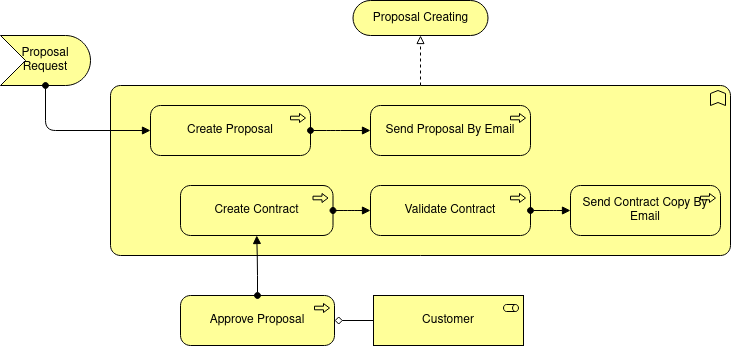
Before: resource/images/ProposalCreating.png, a diagram exported from draw.io (renatogontijo/ServiceSales). Source tidied: cells renumbered, new cells last; positions are measured from the earlier drawing's top-left corner, leaving out a move shared by most shapes.
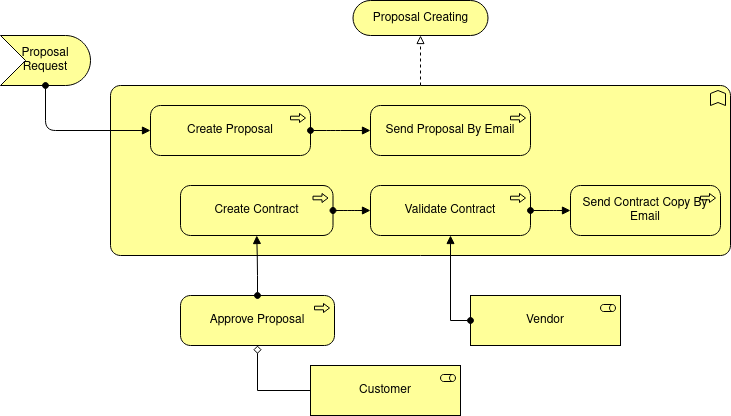
After the commit.

Commit message:
ProposalCreating diagram corrections

Diff of the diagram source:
```diff
@@ -62,7 +62,13 @@
       <mxGeometry x="570" y="185" width="150" height="50" as="geometry" />
     </mxCell>
     <mxCell id="18" value="Customer" style="html=1;outlineConnect=0;whiteSpace=wrap;fillColor=#ffff99;shape=mxgraph.archimate3.application;appType=role;archiType=square;" parent="1" vertex="1">
-      <mxGeometry x="373" y="295" width="150" height="50" as="geometry" />
+      <mxGeometry x="310" y="365" width="150" height="50" as="geometry" />
     </mxCell>
+    <mxCell id="19" value="Vendor" style="html=1;outlineConnect=0;whiteSpace=wrap;fillColor=#ffff99;shape=mxgraph.archimate3.application;appType=role;archiType=square;" parent="1" vertex="1">
+      <mxGeometry x="470" y="295" width="150" height="50" as="geometry" />
+    </mxCell>
+    <mxCell id="20" style="edgeStyle=orthogonalEdgeStyle;rounded=0;jettySize=auto;html=1;exitX=0;exitY=0.5;exitDx=0;exitDy=0;exitPerimeter=0;endArrow=block;endFill=1;startArrow=oval;startFill=1;" parent="1" edge="1" source="19" target="15">
+      <mxGeometry relative="1" as="geometry" />
+    </mxCell>
   </root>
 </mxGraphModel>
```
